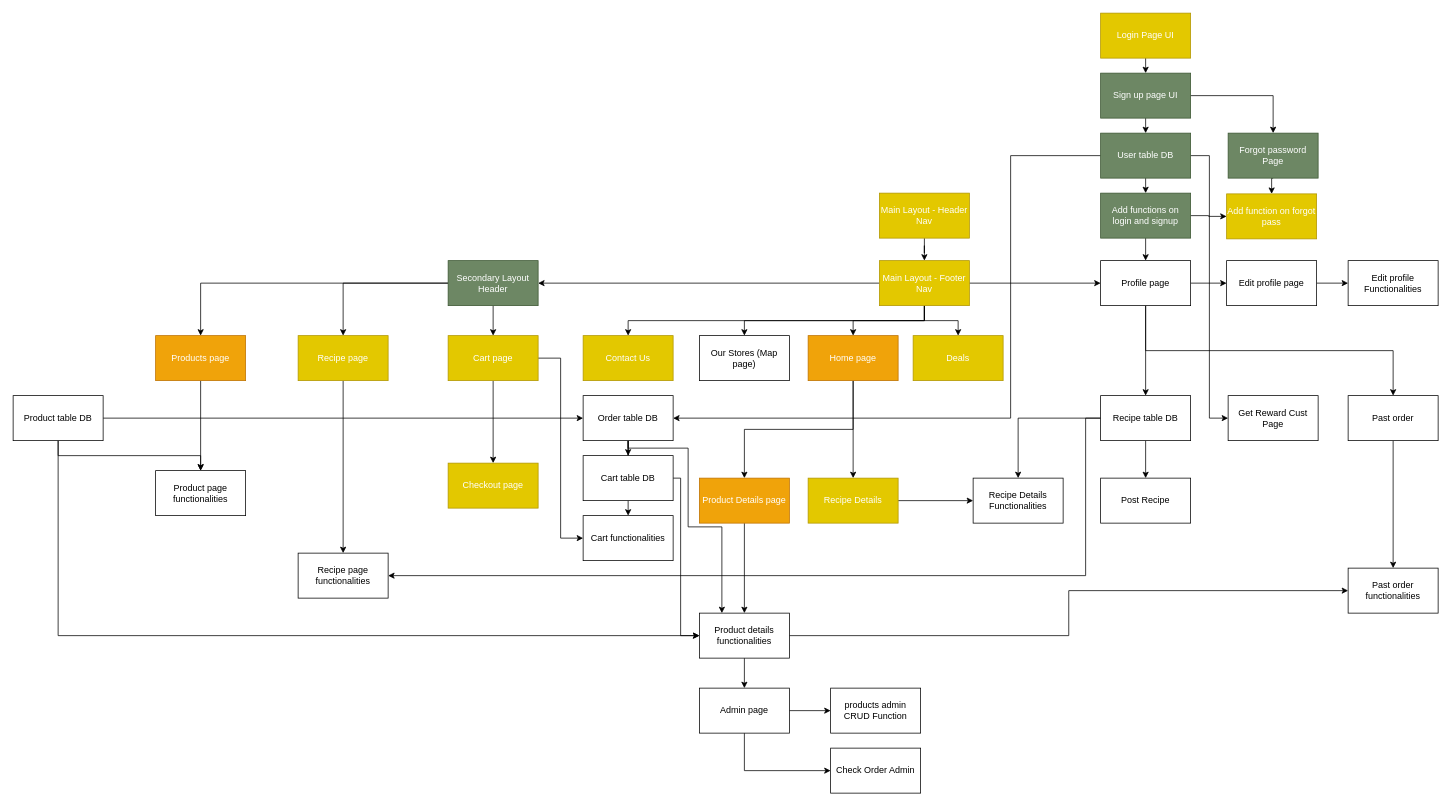
Earlier version of the draw.io diagram Untitled Diagram.drawio (Wavergg/721SoftwareEngineering). Source tidied: cells renumbered, new cells numbered last; positions are measured from the earlier drawing's top-left corner, leaving out a move shared by most shapes. Both pictures are drawn from the tidied source at 75%, with x=0, y=0 at pixel (13, 13).
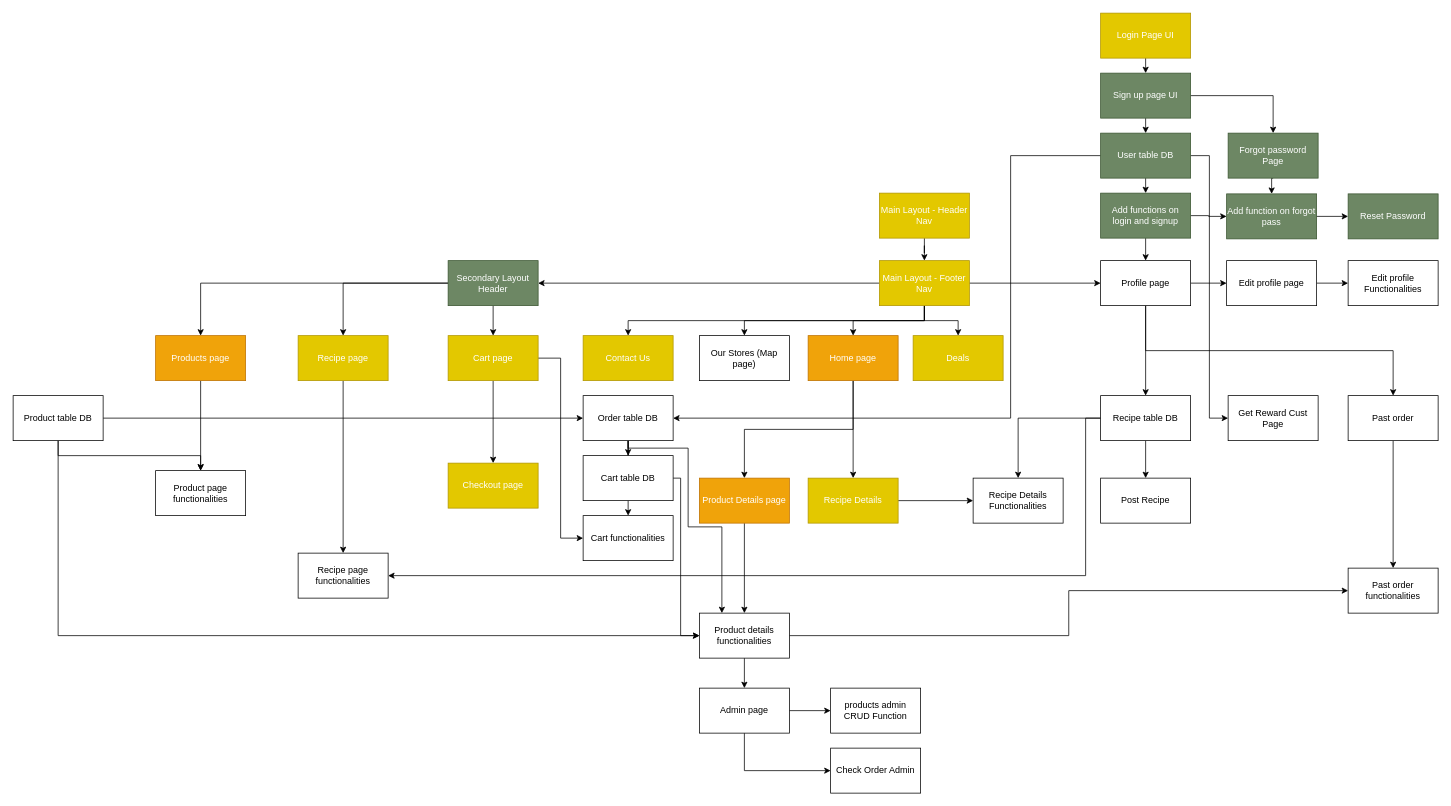
The same page after the edit.

Change to the diagram source:
```diff
@@
+    <mxCell id="86" style="edgeStyle=orthogonalEdgeStyle;rounded=0;jettySize=auto;html=1;" parent="1" edge="1" source="38" target="87">
+      <mxGeometry relative="1" as="geometry" />
+    </mxCell>
-    <mxCell id="38" value="Add function on forgot pass" style="rounded=0;whiteSpace=wrap;html=1;fillColor=#e3c800;strokeColor=#B09500;fontColor=#ffffff;" parent="1" vertex="1">
+    <mxCell id="38" value="Add function on forgot pass" style="rounded=0;whiteSpace=wrap;html=1;fillColor=#6d8764;strokeColor=#3A5431;fontColor=#ffffff;" parent="1" vertex="1">
       <mxGeometry x="1618" y="241" width="120" height="60" as="geometry" />
     </mxCell>
@@
+    <mxCell id="87" value="Reset Password" style="rounded=0;whiteSpace=wrap;html=1;fillColor=#6d8764;strokeColor=#3A5431;fontColor=#ffffff;" parent="1" vertex="1">
+      <mxGeometry x="1780" y="241" width="120" height="60" as="geometry" />
+    </mxCell>
```
